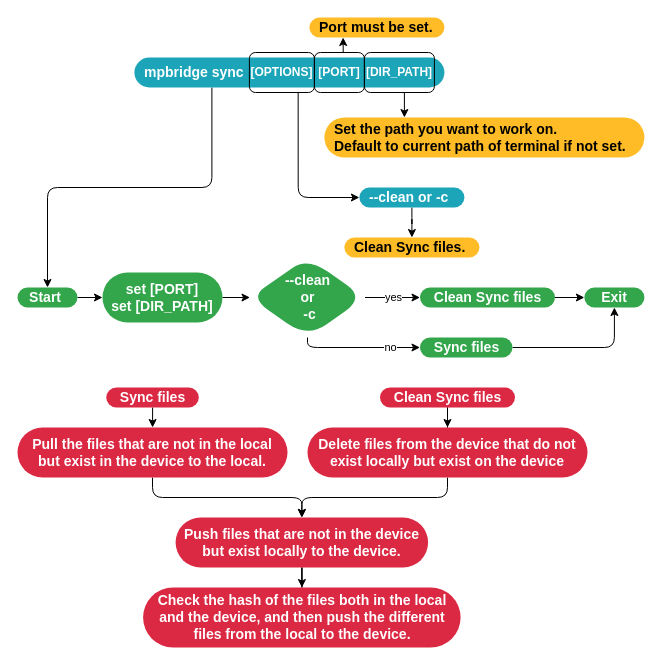
Above: page "flowchart_sync" (3 of 5) of mpbridge.drawio in Wind-stormger/mpbridge-drawio (draw.io), before the change. Source tidied: cells renumbered, new cells numbered last; positions are measured from the earlier drawing's top-left corner, leaving out a move shared by most shapes. Both pictures are drawn from the tidied source at 100%, with x=0, y=0 at pixel (17, 17).
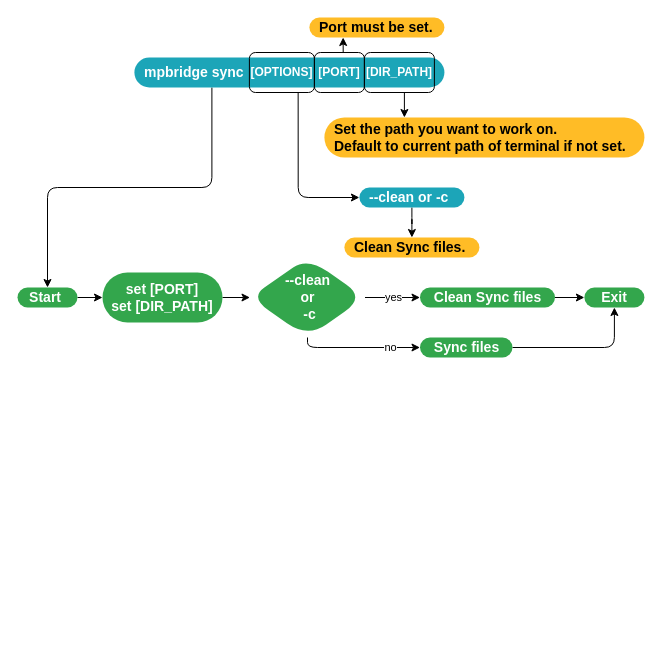
Above is the later version.

The edit, as a diff of the source:
```diff
@@
-    <mxCell id="27" style="edgeStyle=orthogonalEdgeStyle;rounded=0;jettySize=auto;html=1;fontColor=#000000;" parent="1" edge="1" source="28" target="32">
-      <mxGeometry relative="1" as="geometry" />
-    </mxCell>
-    <mxCell id="28" value="Sync files" style="rounded=1;whiteSpace=wrap;html=1;arcSize=50;strokeColor=none;strokeWidth=1;fillColor=#DB2843;fontColor=#FFFFFF;whiteSpace=wrap;align=center;verticalAlign=middle;spacingLeft=0;fontStyle=1;fontSize=14;spacing=10;fillStyle=auto;" parent="1" vertex="1">
-      <mxGeometry x="88.8" y="370" width="92.5" height="20" as="geometry" />
-    </mxCell>
-    <mxCell id="29" style="edgeStyle=orthogonalEdgeStyle;rounded=0;jettySize=auto;html=1;fontColor=#000000;" parent="1" edge="1" source="30" target="34">
-      <mxGeometry relative="1" as="geometry" />
-    </mxCell>
-    <mxCell id="30" value="Clean Sync files" style="whiteSpace=wrap;html=1;fontSize=14;fillColor=#DB2843;strokeColor=none;fontColor=#FFFFFF;rounded=1;arcSize=50;strokeWidth=1;spacingLeft=0;fontStyle=1;spacing=10;fillStyle=auto;" parent="1" vertex="1">
-      <mxGeometry x="362.5" y="370" width="135" height="20" as="geometry" />
-    </mxCell>
-    <mxCell id="31" style="edgeStyle=orthogonalEdgeStyle;rounded=1;jettySize=auto;html=1;exitX=0.5;exitY=1;exitDx=0;exitDy=0;entryX=0.5;entryY=0;entryDx=0;entryDy=0;fontColor=#000000;" parent="1" edge="1" source="32" target="36">
-      <mxGeometry relative="1" as="geometry" />
-    </mxCell>
-    <mxCell id="32" value="Pull the files that are not in the local but exist in the device to the local." style="whiteSpace=wrap;html=1;fontSize=14;fillColor=#db2843;strokeColor=none;fontColor=#FFFFFF;rounded=1;arcSize=50;strokeWidth=1;spacingLeft=0;fontStyle=1;spacing=10;fillStyle=auto;" parent="1" vertex="1">
-      <mxGeometry y="410" width="270" height="50" as="geometry" />
-    </mxCell>
-    <mxCell id="33" style="edgeStyle=orthogonalEdgeStyle;rounded=1;jettySize=auto;html=1;exitX=0.5;exitY=1;exitDx=0;exitDy=0;entryX=0.5;entryY=0;entryDx=0;entryDy=0;fontColor=#000000;" parent="1" edge="1" source="34" target="36">
-      <mxGeometry relative="1" as="geometry" />
-    </mxCell>
-    <mxCell id="34" value="Delete files from the device that do not exist locally but exist on the device" style="whiteSpace=wrap;html=1;fontSize=14;fillColor=#db2843;strokeColor=none;fontColor=#FFFFFF;rounded=1;arcSize=50;strokeWidth=1;spacingLeft=0;fontStyle=1;spacing=10;fillStyle=auto;" parent="1" vertex="1">
-      <mxGeometry x="290" y="410" width="280" height="50" as="geometry" />
-    </mxCell>
-    <mxCell id="35" style="edgeStyle=orthogonalEdgeStyle;rounded=0;jettySize=auto;html=1;fontColor=#000000;" parent="1" edge="1" source="36" target="37">
-      <mxGeometry relative="1" as="geometry" />
-    </mxCell>
-    <mxCell id="36" value="Push files that are not in the device but exist locally to the device." style="whiteSpace=wrap;html=1;fontSize=14;fillColor=#db2843;strokeColor=none;fontColor=#FFFFFF;rounded=1;arcSize=50;strokeWidth=1;spacingLeft=0;fontStyle=1;spacing=10;fillStyle=auto;" parent="1" vertex="1">
-      <mxGeometry x="158.1" y="500" width="252.5" height="50" as="geometry" />
-    </mxCell>
-    <mxCell id="37" value="Check the hash of the files both in the local and the device,&amp;nbsp;and then push the different files from the local to the device." style="whiteSpace=wrap;html=1;fontSize=14;fillColor=#db2843;strokeColor=none;fontColor=#FFFFFF;rounded=1;arcSize=50;strokeWidth=1;spacingLeft=0;fontStyle=1;spacing=10;fillStyle=auto;" parent="1" vertex="1">
-      <mxGeometry x="125.6" y="570" width="317.5" height="60" as="geometry" />
-    </mxCell>
```
